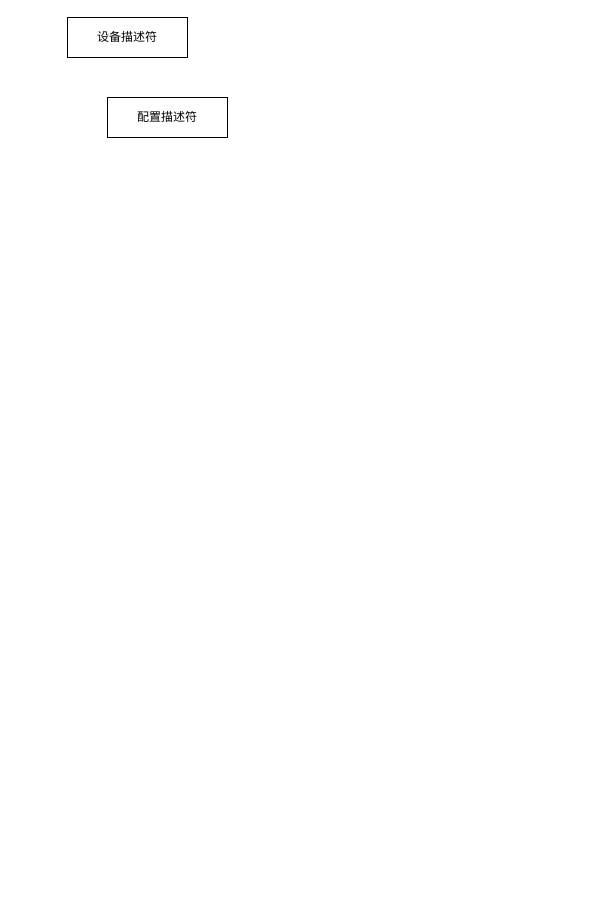
Above: UVC 批量传输控制.drawio in Vinson-001/Blog-flow-chart (draw.io), before the change. Source tidied: cells renumbered, new cells numbered last; positions are measured from the earlier drawing's top-left corner, leaving out a move shared by most shapes. Both pictures are drawn from the tidied source at 100%, with x=0, y=0 at pixel (67, 17).
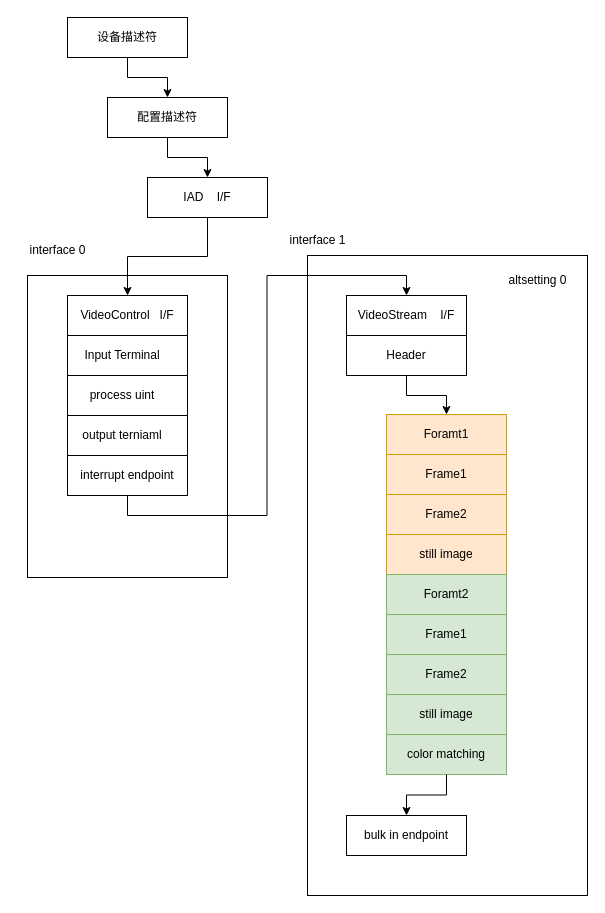
After the change.

Commit message (it also covers changes not shown here):
更新UVC 批量传输控制.drawio

The change refers to these unchanged cells:
```xml
<mxCell id="2" value="设备描述符" style="rounded=0;whiteSpace=wrap;html=1;" parent="1" vertex="1">
  <mxGeometry width="120" height="40" as="geometry" />
</mxCell>
<mxCell id="3" value="配置描述符" style="rounded=0;whiteSpace=wrap;html=1;" parent="1" vertex="1">
  <mxGeometry x="40" y="80" width="120" height="40" as="geometry" />
</mxCell>
```

The edit, as a diff of the source:
```diff
@@
+    <mxCell id="4" style="edgeStyle=orthogonalEdgeStyle;rounded=0;jettySize=auto;html=1;" parent="1" edge="1" source="2" target="3">
+      <mxGeometry relative="1" as="geometry" />
+    </mxCell>
@@
+    <mxCell id="5" style="edgeStyle=orthogonalEdgeStyle;rounded=0;jettySize=auto;html=1;exitX=0.5;exitY=1;exitDx=0;exitDy=0;entryX=0.5;entryY=0;entryDx=0;entryDy=0;" parent="1" edge="1" source="3" target="7">
+      <mxGeometry relative="1" as="geometry" />
+    </mxCell>
@@
+    <mxCell id="6" style="edgeStyle=orthogonalEdgeStyle;rounded=0;jettySize=auto;html=1;exitX=0.5;exitY=1;exitDx=0;exitDy=0;" parent="1" edge="1" source="7" target="9">
+      <mxGeometry relative="1" as="geometry" />
+    </mxCell>
+    <mxCell id="7" value="IAD&amp;nbsp; &amp;nbsp; I/F" style="rounded=0;whiteSpace=wrap;html=1;" parent="1" vertex="1">
+      <mxGeometry x="80" y="160" width="120" height="40" as="geometry" />
+    </mxCell>
+    <mxCell id="8" style="group;" parent="1" vertex="1">
+      <mxGeometry y="278" width="120" height="200" as="geometry" />
+    </mxCell>
+    <mxCell id="9" value="VideoControl&amp;nbsp; &amp;nbsp;I/F" style="rounded=0;whiteSpace=wrap;html=1;" parent="8" vertex="1">
+      <mxGeometry width="120" height="40" as="geometry" />
+    </mxCell>
+    <mxCell id="10" value="Input Terminal&amp;nbsp; &amp;nbsp;" style="rounded=0;whiteSpace=wrap;html=1;" parent="8" vertex="1">
+      <mxGeometry y="40" width="120" height="40" as="geometry" />
+    </mxCell>
+    <mxCell id="11" value="process uint&amp;nbsp; &amp;nbsp;" style="rounded=0;whiteSpace=wrap;html=1;" parent="8" vertex="1">
+      <mxGeometry y="80" width="120" height="40" as="geometry" />
+    </mxCell>
+    <mxCell id="12" value="output terniaml&amp;nbsp; &amp;nbsp;" style="rounded=0;whiteSpace=wrap;html=1;" parent="8" vertex="1">
+      <mxGeometry y="120" width="120" height="40" as="geometry" />
+    </mxCell>
+    <mxCell id="13" value="interrupt endpoint" style="rounded=0;whiteSpace=wrap;html=1;" parent="8" vertex="1">
+      <mxGeometry y="160" width="120" height="40" as="geometry" />
+    </mxCell>
+    <mxCell id="14" value="VideoStream&amp;nbsp; &amp;nbsp; I/F" style="rounded=0;whiteSpace=wrap;html=1;" parent="1" vertex="1">
+      <mxGeometry x="279" y="278" width="120" height="40" as="geometry" />
+    </mxCell>
+    <mxCell id="15" style="edgeStyle=orthogonalEdgeStyle;rounded=0;jettySize=auto;html=1;" parent="1" edge="1" source="16" target="19">
+      <mxGeometry relative="1" as="geometry" />
+    </mxCell>
+    <mxCell id="16" value="Header" style="rounded=0;whiteSpace=wrap;html=1;" parent="1" vertex="1">
+      <mxGeometry x="279" y="318" width="120" height="40" as="geometry" />
+    </mxCell>
+    <mxCell id="17" value="bulk in endpoint" style="rounded=0;whiteSpace=wrap;html=1;" parent="1" vertex="1">
+      <mxGeometry x="279" y="798" width="120" height="40" as="geometry" />
+    </mxCell>
+    <mxCell id="18" style="group;" parent="1" vertex="1">
+      <mxGeometry x="319" y="397" width="120" height="360" as="geometry" />
+    </mxCell>
+    <mxCell id="19" value="Foramt1" style="rounded=0;whiteSpace=wrap;html=1;fillColor=#ffe6cc;strokeColor=#d79b00;" parent="18" vertex="1">
+      <mxGeometry width="120" height="40" as="geometry" />
+    </mxCell>
+    <mxCell id="20" value="Frame1" style="rounded=0;whiteSpace=wrap;html=1;fillColor=#ffe6cc;strokeColor=#d79b00;" parent="18" vertex="1">
+      <mxGeometry y="40" width="120" height="40" as="geometry" />
+    </mxCell>
+    <mxCell id="21" value="Frame2" style="rounded=0;whiteSpace=wrap;html=1;fillColor=#ffe6cc;strokeColor=#d79b00;" parent="18" vertex="1">
+      <mxGeometry y="80" width="120" height="40" as="geometry" />
+    </mxCell>
+    <mxCell id="22" value="still image" style="rounded=0;whiteSpace=wrap;html=1;fillColor=#ffe6cc;strokeColor=#d79b00;" parent="18" vertex="1">
+      <mxGeometry y="120" width="120" height="40" as="geometry" />
+    </mxCell>
+    <mxCell id="23" value="Foramt2" style="rounded=0;whiteSpace=wrap;html=1;fillColor=#d5e8d4;strokeColor=#82b366;" parent="18" vertex="1">
+      <mxGeometry y="160" width="120" height="40" as="geometry" />
+    </mxCell>
+    <mxCell id="24" value="Frame1" style="rounded=0;whiteSpace=wrap;html=1;fillColor=#d5e8d4;strokeColor=#82b366;" parent="18" vertex="1">
+      <mxGeometry y="200" width="120" height="40" as="geometry" />
+    </mxCell>
+    <mxCell id="25" value="Frame2" style="rounded=0;whiteSpace=wrap;html=1;fillColor=#d5e8d4;strokeColor=#82b366;" parent="18" vertex="1">
+      <mxGeometry y="240" width="120" height="40" as="geometry" />
+    </mxCell>
+    <mxCell id="26" value="still image" style="rounded=0;whiteSpace=wrap;html=1;fillColor=#d5e8d4;strokeColor=#82b366;" parent="18" vertex="1">
+      <mxGeometry y="280" width="120" height="40" as="geometry" />
+    </mxCell>
+    <mxCell id="27" value="color matching" style="rounded=0;whiteSpace=wrap;html=1;fillColor=#d5e8d4;strokeColor=#82b366;" parent="18" vertex="1">
+      <mxGeometry y="320" width="120" height="40" as="geometry" />
+    </mxCell>
+    <mxCell id="28" style="edgeStyle=orthogonalEdgeStyle;rounded=0;jettySize=auto;html=1;exitX=0.5;exitY=1;exitDx=0;exitDy=0;entryX=0.5;entryY=0;entryDx=0;entryDy=0;" parent="1" edge="1" source="13" target="14">
+      <mxGeometry relative="1" as="geometry" />
+    </mxCell>
+    <mxCell id="29" style="edgeStyle=orthogonalEdgeStyle;rounded=0;jettySize=auto;html=1;exitX=0.5;exitY=1;exitDx=0;exitDy=0;" parent="1" edge="1" source="27" target="17">
+      <mxGeometry relative="1" as="geometry" />
+    </mxCell>
+    <mxCell id="30" style="rounded=0;whiteSpace=wrap;html=1;fillColor=none;" parent="1" vertex="1">
+      <mxGeometry x="240" y="238" width="280" height="640" as="geometry" />
+    </mxCell>
+    <mxCell id="31" value="altsetting 0" style="text;html=1;align=center;verticalAlign=middle;strokeColor=none;fillColor=none;" parent="1" vertex="1">
+      <mxGeometry x="430" y="248" width="80" height="30" as="geometry" />
+    </mxCell>
+    <mxCell id="32" style="rounded=0;whiteSpace=wrap;html=1;fillColor=none;" parent="1" vertex="1">
+      <mxGeometry x="-40" y="258" width="200" height="302" as="geometry" />
+    </mxCell>
+    <mxCell id="33" value="interface 0" style="text;html=1;align=center;verticalAlign=middle;strokeColor=none;fillColor=none;" parent="1" vertex="1">
+      <mxGeometry x="-50" y="218" width="80" height="30" as="geometry" />
+    </mxCell>
+    <mxCell id="34" value="interface 1" style="text;html=1;align=center;verticalAlign=middle;strokeColor=none;fillColor=none;" parent="1" vertex="1">
+      <mxGeometry x="210" y="208" width="80" height="30" as="geometry" />
+    </mxCell>
```
